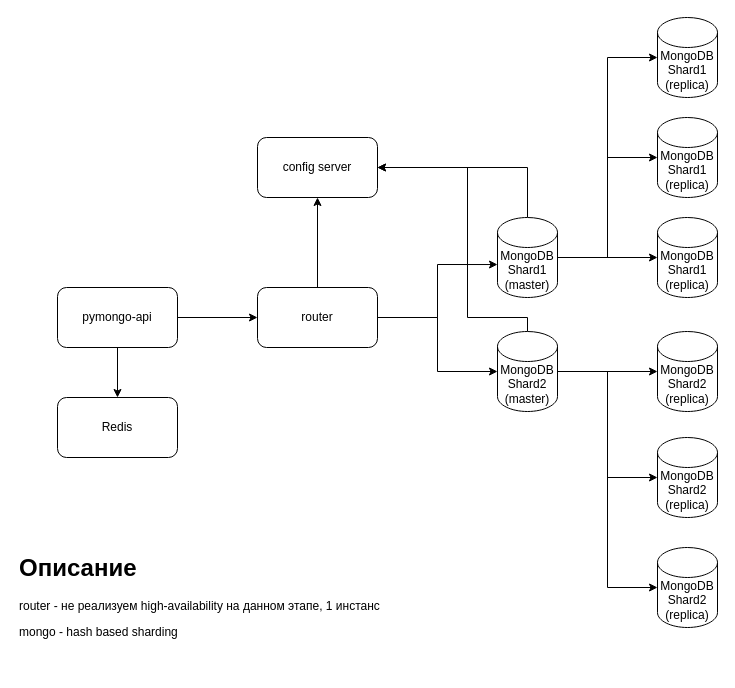
gdm000/architecture-sprint-2 keeps this draw.io diagram as task4_hw.drawio. Above is the earlier version. Source tidied: cells renumbered, new cells numbered last; positions are measured from the earlier drawing's top-left corner, leaving out a move shared by most shapes. Both pictures are drawn from the tidied source at 100%, with x=0, y=0 at pixel (17, 17).
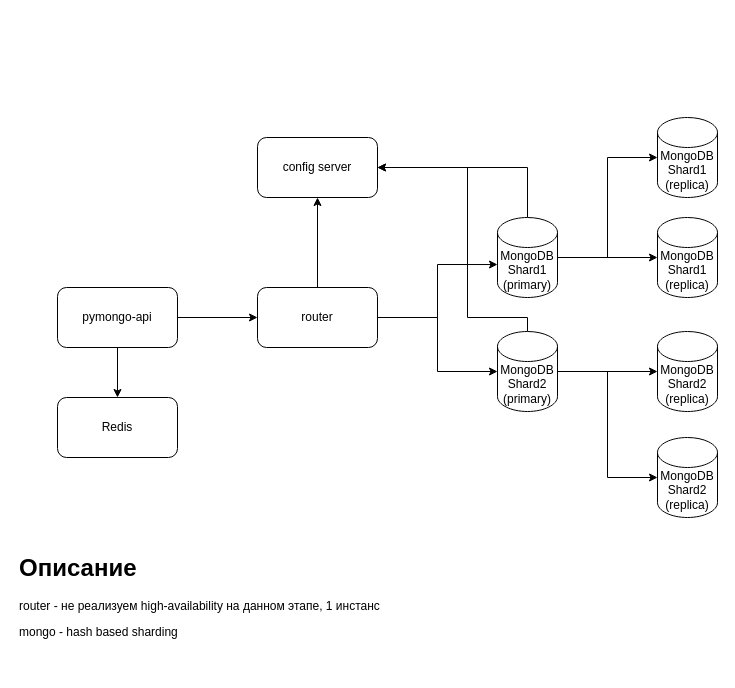
After the change.

What changed in the source:
```diff
@@
-    <mxCell id="9" value="MongoDB&lt;br&gt;Shard1&lt;br&gt;(master)" style="shape=cylinder3;whiteSpace=wrap;html=1;boundedLbl=1;backgroundOutline=1;size=15;" parent="1" vertex="1">
+    <mxCell id="9" value="MongoDB&lt;br&gt;Shard1&lt;br&gt;(primary)" style="shape=cylinder3;whiteSpace=wrap;html=1;boundedLbl=1;backgroundOutline=1;size=15;" parent="1" vertex="1">
       <mxGeometry x="480" y="200" width="60" height="80" as="geometry" />
     </mxCell>
@@
-    <mxCell id="11" value="MongoDB&lt;br&gt;Shard2&lt;br&gt;(master)" style="shape=cylinder3;whiteSpace=wrap;html=1;boundedLbl=1;backgroundOutline=1;size=15;" parent="1" vertex="1">
+    <mxCell id="11" value="MongoDB&lt;br&gt;Shard2&lt;br&gt;(primary)" style="shape=cylinder3;whiteSpace=wrap;html=1;boundedLbl=1;backgroundOutline=1;size=15;" parent="1" vertex="1">
       <mxGeometry x="480" y="314" width="60" height="80" as="geometry" />
     </mxCell>
@@
-    <mxCell id="15" value="MongoDB&lt;br&gt;Shard1&lt;br&gt;(replica)" style="shape=cylinder3;whiteSpace=wrap;html=1;boundedLbl=1;backgroundOutline=1;size=15;" parent="1" vertex="1">
-      <mxGeometry x="640" width="60" height="80" as="geometry" />
-    </mxCell>
@@
-    <mxCell id="19" style="edgeStyle=orthogonalEdgeStyle;rounded=0;jettySize=auto;html=1;entryX=0;entryY=0.5;entryDx=0;entryDy=0;entryPerimeter=0;" parent="1" edge="1" source="9" target="15">
-      <mxGeometry relative="1" as="geometry" />
-    </mxCell>
@@
-    <mxCell id="23" value="MongoDB&lt;br&gt;Shard2&lt;br&gt;(replica)" style="shape=cylinder3;whiteSpace=wrap;html=1;boundedLbl=1;backgroundOutline=1;size=15;" parent="1" vertex="1">
-      <mxGeometry x="640" y="530" width="60" height="80" as="geometry" />
-    </mxCell>
@@
-    <mxCell id="26" style="edgeStyle=orthogonalEdgeStyle;rounded=0;jettySize=auto;html=1;entryX=0;entryY=0.5;entryDx=0;entryDy=0;entryPerimeter=0;" parent="1" edge="1" source="11" target="23">
-      <mxGeometry relative="1" as="geometry" />
-    </mxCell>
```
